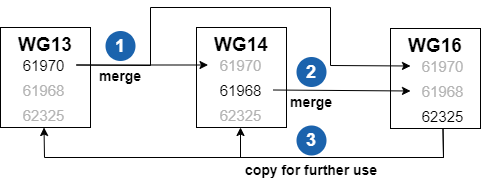
Above: docs/images/media/image16.png in cimug-org/cim-modeling-guide (draw.io), before the change. Source tidied: cells renumbered, new cells last; positions are measured from the earlier drawing's top-left corner, leaving out a move shared by most shapes.
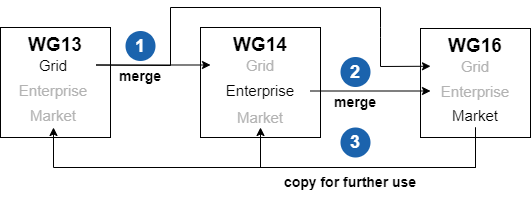
The same file after the commit.

Diff of the diagram source:
```diff
@@ -3,70 +3,76 @@
     <mxCell id="0" />
     <mxCell id="1" parent="0" />
     <mxCell id="2" value="&lt;b style=&quot;font-size: 19px;&quot;&gt;WG13&lt;/b&gt;" style="rounded=0;whiteSpace=wrap;html=1;fontSize=19;verticalAlign=top;" parent="1" vertex="1">
-      <mxGeometry y="20" width="90" height="100" as="geometry" />
+      <mxGeometry x="-20" y="20" width="110" height="110" as="geometry" />
     </mxCell>
-    <mxCell id="3" value="61970" style="text;html=1;strokeColor=none;fillColor=none;align=center;verticalAlign=middle;whiteSpace=wrap;rounded=0;fontStyle=0;fontSize=15;" parent="1" vertex="1">
-      <mxGeometry x="11" y="45" width="65" height="25" as="geometry" />
+    <mxCell id="3" value="Grid" style="text;html=1;strokeColor=none;fillColor=none;align=center;verticalAlign=middle;whiteSpace=wrap;rounded=0;fontStyle=0;fontSize=15;" parent="1" vertex="1">
+      <mxGeometry x="-10" y="45" width="86" height="25" as="geometry" />
     </mxCell>
-    <mxCell id="4" value="61968" style="text;html=1;strokeColor=none;fillColor=none;align=center;verticalAlign=middle;whiteSpace=wrap;rounded=0;fontStyle=0;fontSize=15;fontColor=#B3B3B3;" parent="1" vertex="1">
-      <mxGeometry x="11" y="70" width="65" height="25" as="geometry" />
+    <mxCell id="4" value="Enterprise" style="text;html=1;strokeColor=none;fillColor=none;align=center;verticalAlign=middle;whiteSpace=wrap;rounded=0;fontStyle=0;fontSize=15;fontColor=#B3B3B3;" parent="1" vertex="1">
+      <mxGeometry x="-10" y="70" width="86" height="25" as="geometry" />
     </mxCell>
-    <mxCell id="5" value="62325" style="text;html=1;strokeColor=none;fillColor=none;align=center;verticalAlign=middle;whiteSpace=wrap;rounded=0;fontStyle=0;fontSize=15;fontColor=#B3B3B3;" parent="1" vertex="1">
-      <mxGeometry x="11" y="95" width="65" height="25" as="geometry" />
+    <mxCell id="5" value="Market" style="text;html=1;strokeColor=none;fillColor=none;align=center;verticalAlign=middle;whiteSpace=wrap;rounded=0;fontStyle=0;fontSize=15;fontColor=#B3B3B3;" parent="1" vertex="1">
+      <mxGeometry x="-10" y="95" width="86" height="25" as="geometry" />
     </mxCell>
     <mxCell id="6" value="&lt;b style=&quot;font-size: 19px;&quot;&gt;WG14&lt;/b&gt;" style="rounded=0;whiteSpace=wrap;html=1;fontSize=19;verticalAlign=top;" parent="1" vertex="1">
-      <mxGeometry x="196" y="20" width="90" height="100" as="geometry" />
+      <mxGeometry x="180" y="20" width="120" height="110" as="geometry" />
     </mxCell>
-    <mxCell id="7" value="&lt;font color=&quot;#000000&quot;&gt;61968&lt;/font&gt;" style="text;html=1;strokeColor=none;fillColor=none;align=center;verticalAlign=middle;whiteSpace=wrap;rounded=0;fontStyle=0;fontSize=15;fontColor=#B3B3B3;" parent="1" vertex="1">
-      <mxGeometry x="207.5" y="70" width="65" height="25" as="geometry" />
+    <mxCell id="7" value="&lt;font color=&quot;#000000&quot;&gt;Enterprise&lt;/font&gt;" style="text;html=1;strokeColor=none;fillColor=none;align=center;verticalAlign=middle;whiteSpace=wrap;rounded=0;fontStyle=0;fontSize=15;fontColor=#B3B3B3;" parent="1" vertex="1">
+      <mxGeometry x="190" y="70" width="100" height="25" as="geometry" />
     </mxCell>
-    <mxCell id="8" value="62325" style="text;html=1;strokeColor=none;fillColor=none;align=center;verticalAlign=middle;whiteSpace=wrap;rounded=0;fontStyle=0;fontSize=15;fontColor=#B3B3B3;" parent="1" vertex="1">
-      <mxGeometry x="207.5" y="95" width="65" height="25" as="geometry" />
+    <mxCell id="8" value="Market" style="text;html=1;strokeColor=none;fillColor=none;align=center;verticalAlign=middle;whiteSpace=wrap;rounded=0;fontStyle=0;fontSize=15;fontColor=#B3B3B3;" parent="1" vertex="1">
+      <mxGeometry x="190" y="100" width="100" height="20" as="geometry" />
     </mxCell>
     <mxCell id="9" value="&lt;b style=&quot;font-size: 19px;&quot;&gt;WG16&lt;/b&gt;" style="rounded=0;whiteSpace=wrap;html=1;fontSize=19;verticalAlign=top;" parent="1" vertex="1">
-      <mxGeometry x="390" y="21" width="90" height="100" as="geometry" />
+      <mxGeometry x="400" y="21" width="110" height="109" as="geometry" />
     </mxCell>
-    <mxCell id="10" value="61970" style="text;html=1;strokeColor=none;fillColor=none;align=center;verticalAlign=middle;whiteSpace=wrap;rounded=0;fontStyle=0;fontSize=15;fontColor=#B3B3B3;" parent="1" vertex="1">
-      <mxGeometry x="410" y="46" width="65" height="25" as="geometry" />
+    <mxCell id="10" value="Grid" style="text;html=1;strokeColor=none;fillColor=none;align=center;verticalAlign=middle;whiteSpace=wrap;rounded=0;fontStyle=0;fontSize=15;fontColor=#B3B3B3;" parent="1" vertex="1">
+      <mxGeometry x="410" y="46" width="90" height="25" as="geometry" />
     </mxCell>
-    <mxCell id="11" value="61968" style="text;html=1;strokeColor=none;fillColor=none;align=center;verticalAlign=middle;whiteSpace=wrap;rounded=0;fontStyle=0;fontSize=15;fontColor=#B3B3B3;" parent="1" vertex="1">
-      <mxGeometry x="410" y="71" width="65" height="25" as="geometry" />
+    <mxCell id="11" value="Enterprise" style="text;html=1;strokeColor=none;fillColor=none;align=center;verticalAlign=middle;whiteSpace=wrap;rounded=0;fontStyle=0;fontSize=15;fontColor=#B3B3B3;" parent="1" vertex="1">
+      <mxGeometry x="410" y="71" width="90" height="25" as="geometry" />
     </mxCell>
-    <mxCell id="12" value="62325" style="text;html=1;strokeColor=none;fillColor=none;align=center;verticalAlign=middle;whiteSpace=wrap;rounded=0;fontStyle=0;fontSize=15;fontColor=#000000;" parent="1" vertex="1">
-      <mxGeometry x="410" y="96" width="65" height="25" as="geometry" />
+    <mxCell id="12" value="Market" style="text;html=1;strokeColor=none;fillColor=none;align=center;verticalAlign=middle;whiteSpace=wrap;rounded=0;fontStyle=0;fontSize=15;fontColor=#000000;" parent="1" vertex="1">
+      <mxGeometry x="410" y="95" width="90" height="25" as="geometry" />
     </mxCell>
-    <mxCell id="13" value="61970" style="text;html=1;strokeColor=none;fillColor=none;align=center;verticalAlign=middle;whiteSpace=wrap;rounded=0;fontStyle=0;fontSize=15;fontColor=#B3B3B3;" parent="1" vertex="1">
-      <mxGeometry x="207.5" y="45" width="65" height="25" as="geometry" />
+    <mxCell id="13" value="Grid" style="text;html=1;strokeColor=none;fillColor=none;align=center;verticalAlign=middle;whiteSpace=wrap;rounded=0;fontStyle=0;fontSize=15;fontColor=#B3B3B3;" parent="1" vertex="1">
+      <mxGeometry x="190" y="45" width="100" height="25" as="geometry" />
     </mxCell>
-    <mxCell id="14" style="endArrow=classic;html=1;rounded=0;exitX=1;exitY=0.5;exitDx=0;exitDy=0;entryX=0;entryY=0.5;entryDx=0;entryDy=0;" parent="1" edge="1" source="3" target="13">
+    <mxCell id="14" style="endArrow=classic;html=1;rounded=0;exitX=1;exitY=0.5;exitDx=0;exitDy=0;" parent="1" edge="1" source="3" target="13">
       <mxGeometry relative="1" as="geometry" />
     </mxCell>
-    <mxCell id="15" style="endArrow=classic;html=1;rounded=0;entryX=0;entryY=0.5;entryDx=0;entryDy=0;exitX=1;exitY=0.5;exitDx=0;exitDy=0;" parent="1" edge="1" source="7" target="11">
-      <mxGeometry relative="1" as="geometry" />
+    <mxCell id="15" style="endArrow=classic;html=1;rounded=0;" parent="1" edge="1">
+      <mxGeometry relative="1" as="geometry">
+        <mxPoint x="290" y="83.5" as="sourcePoint" />
+        <mxPoint x="410" y="83.5" as="targetPoint" />
+      </mxGeometry>
     </mxCell>
-    <mxCell id="16" style="endArrow=classic;html=1;rounded=0;entryX=0;entryY=0.5;entryDx=0;entryDy=0;exitX=1;exitY=0.5;exitDx=0;exitDy=0;" parent="1" edge="1" source="3" target="10">
+    <mxCell id="16" style="endArrow=classic;html=1;rounded=0;exitX=1;exitY=0.5;exitDx=0;exitDy=0;" parent="1" edge="1" source="3" target="10">
       <mxGeometry relative="1" as="geometry">
         <Array as="points">
           <mxPoint x="150" y="58" />
           <mxPoint x="150" />
-          <mxPoint x="330" />
-          <mxPoint x="330" y="58" />
+          <mxPoint x="360" />
+          <mxPoint x="360" y="20" />
+          <mxPoint x="360" y="30" />
+          <mxPoint x="360" y="59" />
         </Array>
       </mxGeometry>
     </mxCell>
     <mxCell id="17" style="endArrow=classic;html=1;rounded=0;exitX=0.5;exitY=1;exitDx=0;exitDy=0;entryX=0.5;entryY=1;entryDx=0;entryDy=0;" parent="1" edge="1" source="12" target="8">
       <mxGeometry relative="1" as="geometry">
         <Array as="points">
-          <mxPoint x="443" y="150" />
-          <mxPoint x="240" y="150" />
+          <mxPoint x="455" y="160" />
+          <mxPoint x="340" y="160" />
+          <mxPoint x="240" y="160" />
         </Array>
       </mxGeometry>
     </mxCell>
     <mxCell id="18" style="endArrow=classic;html=1;rounded=0;exitX=0.5;exitY=1;exitDx=0;exitDy=0;entryX=0.5;entryY=1;entryDx=0;entryDy=0;" parent="1" edge="1" source="12" target="5">
       <mxGeometry relative="1" as="geometry">
         <Array as="points">
-          <mxPoint x="443" y="150" />
-          <mxPoint x="44" y="150" />
+          <mxPoint x="455" y="160" />
+          <mxPoint x="33" y="160" />
         </Array>
       </mxGeometry>
     </mxCell>
@@ -77,16 +83,16 @@
       <mxGeometry x="90" y="53.5" width="60" height="30" as="geometry" />
     </mxCell>
     <mxCell id="21" value="2" style="ellipse;whiteSpace=wrap;html=1;fontColor=#FFFFFF;fillColor=#1B63AD;strokeColor=none;fontStyle=1;fontSize=18;" parent="1" vertex="1">
-      <mxGeometry x="296" y="49.5" width="30" height="30" as="geometry" />
+      <mxGeometry x="320" y="49.5" width="30" height="30" as="geometry" />
     </mxCell>
     <mxCell id="22" value="merge" style="text;html=1;strokeColor=none;fillColor=none;align=center;verticalAlign=middle;whiteSpace=wrap;rounded=0;fontStyle=1;fontSize=14;" parent="1" vertex="1">
-      <mxGeometry x="281" y="79.5" width="60" height="30" as="geometry" />
+      <mxGeometry x="305" y="79.5" width="60" height="30" as="geometry" />
     </mxCell>
     <mxCell id="23" value="3" style="ellipse;whiteSpace=wrap;html=1;fontColor=#FFFFFF;fillColor=#1B63AD;strokeColor=none;fontStyle=1;fontSize=18;" parent="1" vertex="1">
-      <mxGeometry x="296" y="118" width="30" height="30" as="geometry" />
+      <mxGeometry x="320" y="120" width="30" height="30" as="geometry" />
     </mxCell>
     <mxCell id="24" value="copy for further use" style="text;html=1;strokeColor=none;fillColor=none;align=center;verticalAlign=middle;whiteSpace=wrap;rounded=0;fontStyle=1;fontSize=14;" parent="1" vertex="1">
-      <mxGeometry x="241" y="148" width="140" height="30" as="geometry" />
+      <mxGeometry x="260" y="160" width="140" height="30" as="geometry" />
     </mxCell>
   </root>
 </mxGraphModel>
```
